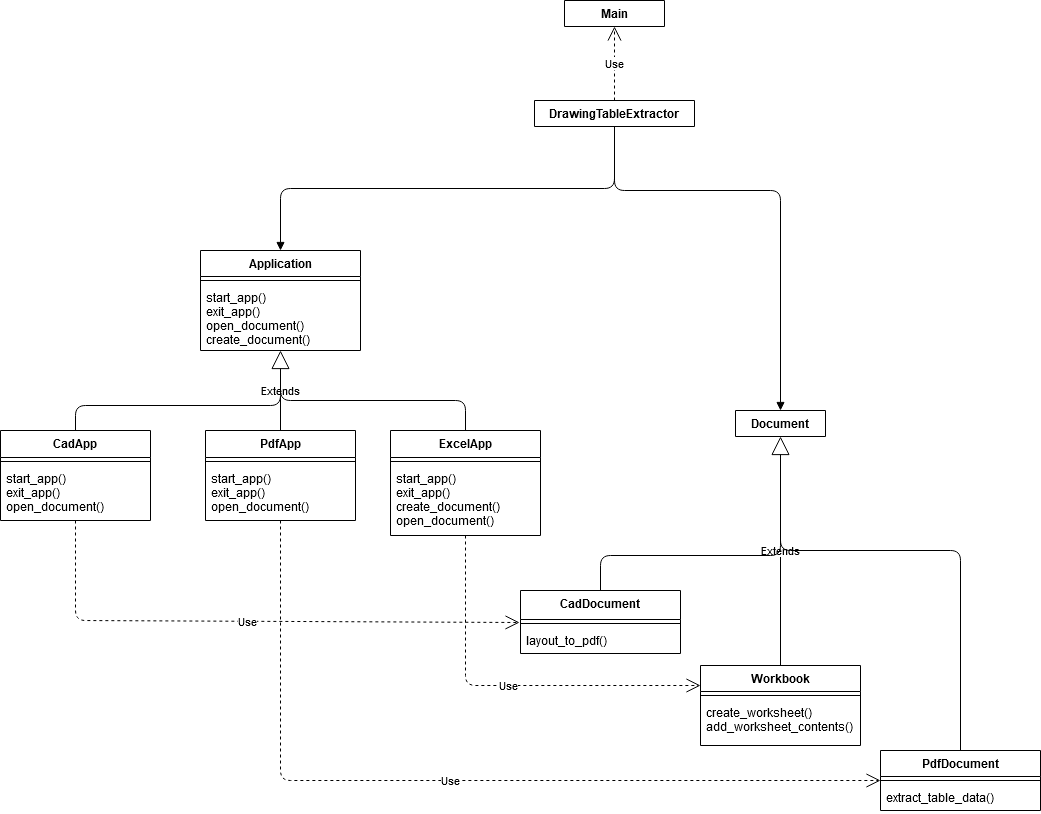
Before: python_source/DrawingTableExtractorV2/doc/class_diagram.png, a diagram exported from draw.io (JKCHacking/PTCC_SCRIPTS). Source tidied: cells renumbered, new cells last; positions are measured from the earlier drawing's top-left corner, leaving out a move shared by most shapes. The source it was exported from:
```xml
<mxGraphModel background="#ffffff">
  <root>
    <mxCell id="0" />
    <mxCell id="1" parent="0" />
    <mxCell id="2" value="Use" style="endArrow=open;endSize=12;dashed=1;html=1;exitX=0.5;exitY=0;exitDx=0;exitDy=0;entryX=0.5;entryY=1;entryDx=0;entryDy=0;" parent="1" edge="1" source="24" target="3">
      <mxGeometry relative="1" as="geometry" />
    </mxCell>
    <mxCell id="3" value="Main" style="swimlane;fontStyle=1;align=center;verticalAlign=top;horizontal=1;startSize=26;" parent="1" vertex="1" collapsed="1">
      <mxGeometry x="564" width="100" height="26" as="geometry" />
    </mxCell>
    <mxCell id="4" value="CadApp" style="swimlane;fontStyle=1;align=center;verticalAlign=top;horizontal=1;startSize=27;" parent="1" vertex="1">
      <mxGeometry y="430" width="150" height="90" as="geometry" />
    </mxCell>
    <mxCell id="5" style="line;strokeWidth=1;fillColor=none;align=left;verticalAlign=middle;spacingTop=-1;spacingLeft=3;spacingRight=3;labelPosition=right;" parent="4" vertex="1">
      <mxGeometry y="27" width="150" height="8" as="geometry" />
    </mxCell>
    <mxCell id="6" value="start_app()&#10;exit_app()&#10;open_document()" style="text;strokeColor=none;fillColor=none;align=left;verticalAlign=top;spacingLeft=4;spacingRight=4;overflow=hidden;" parent="4" vertex="1">
      <mxGeometry y="35" width="150" height="55" as="geometry" />
    </mxCell>
    <mxCell id="7" value="ExcelApp" style="swimlane;fontStyle=1;align=center;verticalAlign=top;horizontal=1;startSize=27;" parent="1" vertex="1">
      <mxGeometry x="390" y="430" width="150" height="105" as="geometry" />
    </mxCell>
    <mxCell id="8" style="line;strokeWidth=1;fillColor=none;align=left;verticalAlign=middle;spacingTop=-1;spacingLeft=3;spacingRight=3;labelPosition=right;" parent="7" vertex="1">
      <mxGeometry y="27" width="150" height="8" as="geometry" />
    </mxCell>
    <mxCell id="9" value="start_app()&#10;exit_app()&#10;create_document()&#10;open_document()&#10;" style="text;strokeColor=none;fillColor=none;align=left;verticalAlign=top;spacingLeft=4;spacingRight=4;overflow=hidden;" parent="7" vertex="1">
      <mxGeometry y="35" width="150" height="70" as="geometry" />
    </mxCell>
    <mxCell id="10" value="Application" style="swimlane;fontStyle=1;align=center;verticalAlign=top;horizontal=1;startSize=26;" parent="1" vertex="1">
      <mxGeometry x="200" y="250" width="160" height="100" as="geometry" />
    </mxCell>
    <mxCell id="11" style="line;strokeWidth=1;fillColor=none;align=left;verticalAlign=middle;spacingTop=-1;spacingLeft=3;spacingRight=3;labelPosition=right;" parent="10" vertex="1">
      <mxGeometry y="26" width="160" height="8" as="geometry" />
    </mxCell>
    <mxCell id="12" value="start_app()&#10;exit_app()&#10;open_document()&#10;create_document()&#10;" style="text;strokeColor=none;fillColor=none;align=left;verticalAlign=top;spacingLeft=4;spacingRight=4;overflow=hidden;" parent="10" vertex="1">
      <mxGeometry y="34" width="160" height="66" as="geometry" />
    </mxCell>
    <mxCell id="13" value="Extends" style="endArrow=block;endSize=16;endFill=0;html=1;exitX=0.5;exitY=0;exitDx=0;exitDy=0;entryX=0.5;entryY=1;entryDx=0;entryDy=0;" parent="1" edge="1" source="14" target="10">
      <mxGeometry relative="1" as="geometry" />
    </mxCell>
    <mxCell id="14" value="PdfApp" style="swimlane;fontStyle=1;align=center;verticalAlign=top;horizontal=1;startSize=27;" parent="1" vertex="1">
      <mxGeometry x="205" y="430" width="150" height="90" as="geometry" />
    </mxCell>
    <mxCell id="15" style="line;strokeWidth=1;fillColor=none;align=left;verticalAlign=middle;spacingTop=-1;spacingLeft=3;spacingRight=3;labelPosition=right;" parent="14" vertex="1">
      <mxGeometry y="27" width="150" height="8" as="geometry" />
    </mxCell>
    <mxCell id="16" value="start_app()&#10;exit_app()&#10;open_document()" style="text;strokeColor=none;fillColor=none;align=left;verticalAlign=top;spacingLeft=4;spacingRight=4;overflow=hidden;" parent="14" vertex="1">
      <mxGeometry y="35" width="150" height="55" as="geometry" />
    </mxCell>
    <mxCell id="17" style="endArrow=none;html=1;edgeStyle=orthogonalEdgeStyle;exitX=0.5;exitY=0;exitDx=0;exitDy=0;" parent="1" edge="1" source="4">
      <mxGeometry relative="1" as="geometry">
        <mxPoint x="280" y="380" as="targetPoint" />
      </mxGeometry>
    </mxCell>
    <mxCell id="18" style="endArrow=none;html=1;edgeStyle=orthogonalEdgeStyle;entryX=0.5;entryY=0;entryDx=0;entryDy=0;" parent="1" edge="1" target="7">
      <mxGeometry relative="1" as="geometry">
        <mxPoint x="280" y="380" as="sourcePoint" />
        <Array as="points">
          <mxPoint x="280" y="400" />
          <mxPoint x="465" y="400" />
        </Array>
      </mxGeometry>
    </mxCell>
    <mxCell id="19" value="Extends" style="endArrow=block;endSize=16;endFill=0;html=1;exitX=0.5;exitY=0;exitDx=0;exitDy=0;entryX=0.5;entryY=1;entryDx=0;entryDy=0;" parent="1" edge="1" source="32" target="31">
      <mxGeometry relative="1" as="geometry" />
    </mxCell>
    <mxCell id="20" style="endArrow=none;html=1;edgeStyle=orthogonalEdgeStyle;exitX=0.5;exitY=0;exitDx=0;exitDy=0;" parent="1" edge="1" source="28">
      <mxGeometry relative="1" as="geometry">
        <mxPoint x="780" y="520" as="targetPoint" />
      </mxGeometry>
    </mxCell>
    <mxCell id="21" style="endArrow=none;html=1;edgeStyle=orthogonalEdgeStyle;exitX=0.5;exitY=0;exitDx=0;exitDy=0;" parent="1" edge="1" source="35">
      <mxGeometry relative="1" as="geometry">
        <mxPoint x="780" y="530" as="targetPoint" />
        <Array as="points">
          <mxPoint x="960" y="550" />
          <mxPoint x="780" y="550" />
        </Array>
      </mxGeometry>
    </mxCell>
    <mxCell id="22" style="endArrow=block;endFill=1;html=1;edgeStyle=orthogonalEdgeStyle;align=left;verticalAlign=top;exitX=0.5;exitY=1;exitDx=0;exitDy=0;entryX=0.5;entryY=0;entryDx=0;entryDy=0;" parent="1" edge="1" source="24" target="10">
      <mxGeometry x="0.34" y="-75" relative="1" as="geometry" />
    </mxCell>
    <mxCell id="23" style="endArrow=block;endFill=1;html=1;edgeStyle=orthogonalEdgeStyle;align=left;verticalAlign=top;exitX=0.5;exitY=1;exitDx=0;exitDy=0;entryX=0.5;entryY=0;entryDx=0;entryDy=0;" parent="1" edge="1" source="24" target="31">
      <mxGeometry x="0.22" y="75" relative="1" as="geometry">
        <Array as="points">
          <mxPoint x="614" y="190" />
          <mxPoint x="780" y="190" />
        </Array>
      </mxGeometry>
    </mxCell>
    <mxCell id="24" value="DrawingTableExtractor" style="swimlane;fontStyle=1;align=center;verticalAlign=top;horizontal=1;startSize=26;" parent="1" vertex="1" collapsed="1">
      <mxGeometry x="534" y="100" width="160" height="26" as="geometry" />
    </mxCell>
    <mxCell id="25" value="Use" style="endArrow=open;endSize=12;dashed=1;html=1;exitX=0.5;exitY=1;exitDx=0;exitDy=0;entryX=-0.006;entryY=0.375;entryDx=0;entryDy=0;entryPerimeter=0;" parent="1" edge="1" source="4" target="29">
      <mxGeometry relative="1" as="geometry">
        <Array as="points">
          <mxPoint x="75" y="620" />
        </Array>
      </mxGeometry>
    </mxCell>
    <mxCell id="26" value="Use" style="endArrow=open;endSize=12;dashed=1;html=1;exitX=0.5;exitY=1;exitDx=0;exitDy=0;entryX=0;entryY=0.5;entryDx=0;entryDy=0;entryPerimeter=0;" parent="1" edge="1" source="14" target="36">
      <mxGeometry relative="1" as="geometry">
        <Array as="points">
          <mxPoint x="280" y="780" />
        </Array>
      </mxGeometry>
    </mxCell>
    <mxCell id="27" value="Use" style="endArrow=open;endSize=12;dashed=1;html=1;exitX=0.5;exitY=1;exitDx=0;exitDy=0;entryX=0;entryY=0.25;entryDx=0;entryDy=0;" parent="1" edge="1" source="7" target="32">
      <mxGeometry relative="1" as="geometry">
        <Array as="points">
          <mxPoint x="465" y="685" />
        </Array>
      </mxGeometry>
    </mxCell>
    <mxCell id="28" value="CadDocument" style="swimlane;fontStyle=1;align=center;verticalAlign=top;horizontal=1;startSize=29;" parent="1" vertex="1">
      <mxGeometry x="520" y="590" width="160" height="63" as="geometry" />
    </mxCell>
    <mxCell id="29" style="line;strokeWidth=1;fillColor=none;align=left;verticalAlign=middle;spacingTop=-1;spacingLeft=3;spacingRight=3;labelPosition=right;points=[];portConstraint=eastwest;" parent="28" vertex="1">
      <mxGeometry y="29" width="160" height="8" as="geometry" />
    </mxCell>
    <mxCell id="30" value="layout_to_pdf()" style="text;strokeColor=none;fillColor=none;align=left;verticalAlign=top;spacingLeft=4;spacingRight=4;overflow=hidden;" parent="28" vertex="1">
      <mxGeometry y="37" width="160" height="26" as="geometry" />
    </mxCell>
    <mxCell id="31" value="Document" style="swimlane;fontStyle=1;align=center;verticalAlign=top;horizontal=1;startSize=26;" parent="1" vertex="1" collapsed="1">
      <mxGeometry x="735" y="410" width="90" height="26" as="geometry" />
    </mxCell>
    <mxCell id="32" value="Workbook" style="swimlane;fontStyle=1;align=center;verticalAlign=top;horizontal=1;startSize=26;" parent="1" vertex="1">
      <mxGeometry x="700" y="665" width="160" height="80" as="geometry" />
    </mxCell>
    <mxCell id="33" style="line;strokeWidth=1;fillColor=none;align=left;verticalAlign=middle;spacingTop=-1;spacingLeft=3;spacingRight=3;labelPosition=right;" parent="32" vertex="1">
      <mxGeometry y="26" width="160" height="8" as="geometry" />
    </mxCell>
    <mxCell id="34" value="create_worksheet()&#10;add_worksheet_contents()&#10;" style="text;strokeColor=none;fillColor=none;align=left;verticalAlign=top;spacingLeft=4;spacingRight=4;overflow=hidden;" parent="32" vertex="1">
      <mxGeometry y="34" width="160" height="46" as="geometry" />
    </mxCell>
    <mxCell id="35" value="PdfDocument" style="swimlane;fontStyle=1;align=center;verticalAlign=top;horizontal=1;startSize=26;" parent="1" vertex="1">
      <mxGeometry x="880" y="750" width="160" height="60" as="geometry" />
    </mxCell>
    <mxCell id="36" style="line;strokeWidth=1;fillColor=none;align=left;verticalAlign=middle;spacingTop=-1;spacingLeft=3;spacingRight=3;labelPosition=right;points=[];portConstraint=eastwest;" parent="35" vertex="1">
      <mxGeometry y="26" width="160" height="8" as="geometry" />
    </mxCell>
    <mxCell id="37" value="extract_table_data()" style="text;strokeColor=none;fillColor=none;align=left;verticalAlign=top;spacingLeft=4;spacingRight=4;overflow=hidden;" parent="35" vertex="1">
      <mxGeometry y="34" width="160" height="26" as="geometry" />
    </mxCell>
  </root>
</mxGraphModel>
```
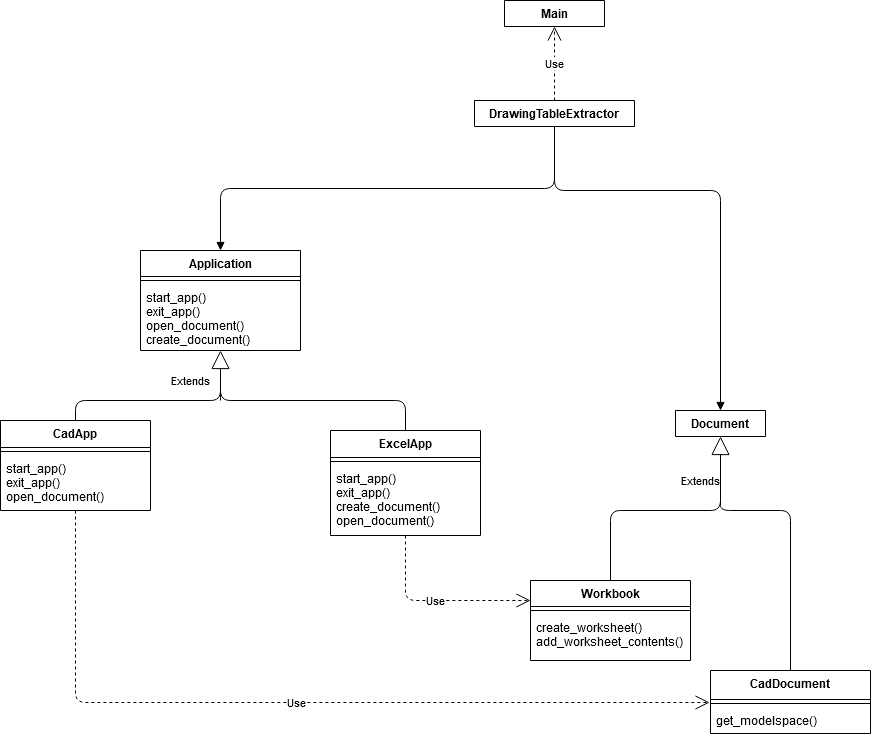
The same diagram one commit later.

What changed in the source:
```diff
@@ -8,15 +8,6 @@
     <mxCell id="3" value="Main" style="swimlane;fontStyle=1;align=center;verticalAlign=top;horizontal=1;startSize=26;" parent="1" vertex="1" collapsed="1">
       <mxGeometry x="564" width="100" height="26" as="geometry" />
     </mxCell>
-    <mxCell id="4" value="CadApp" style="swimlane;fontStyle=1;align=center;verticalAlign=top;horizontal=1;startSize=27;" parent="1" vertex="1">
-      <mxGeometry y="430" width="150" height="90" as="geometry" />
-    </mxCell>
-    <mxCell id="5" style="line;strokeWidth=1;fillColor=none;align=left;verticalAlign=middle;spacingTop=-1;spacingLeft=3;spacingRight=3;labelPosition=right;" parent="4" vertex="1">
-      <mxGeometry y="27" width="150" height="8" as="geometry" />
-    </mxCell>
-    <mxCell id="6" value="start_app()&#10;exit_app()&#10;open_document()" style="text;strokeColor=none;fillColor=none;align=left;verticalAlign=top;spacingLeft=4;spacingRight=4;overflow=hidden;" parent="4" vertex="1">
-      <mxGeometry y="35" width="150" height="55" as="geometry" />
-    </mxCell>
     <mxCell id="7" value="ExcelApp" style="swimlane;fontStyle=1;align=center;verticalAlign=top;horizontal=1;startSize=27;" parent="1" vertex="1">
       <mxGeometry x="390" y="430" width="150" height="105" as="geometry" />
     </mxCell>
@@ -35,18 +26,11 @@
     <mxCell id="12" value="start_app()&#10;exit_app()&#10;open_document()&#10;create_document()&#10;" style="text;strokeColor=none;fillColor=none;align=left;verticalAlign=top;spacingLeft=4;spacingRight=4;overflow=hidden;" parent="10" vertex="1">
       <mxGeometry y="34" width="160" height="66" as="geometry" />
     </mxCell>
-    <mxCell id="13" value="Extends" style="endArrow=block;endSize=16;endFill=0;html=1;exitX=0.5;exitY=0;exitDx=0;exitDy=0;entryX=0.5;entryY=1;entryDx=0;entryDy=0;" parent="1" edge="1" source="14" target="10">
-      <mxGeometry relative="1" as="geometry" />
+    <mxCell id="13" value="Extends" style="endArrow=block;endSize=16;endFill=0;html=1;entryX=0.5;entryY=1;entryDx=0;entryDy=0;" parent="1" edge="1" target="10">
+      <mxGeometry x="-0.2" y="30" relative="1" as="geometry">
+        <mxPoint x="280" y="400" as="sourcePoint" />
+      </mxGeometry>
     </mxCell>
-    <mxCell id="14" value="PdfApp" style="swimlane;fontStyle=1;align=center;verticalAlign=top;horizontal=1;startSize=27;" parent="1" vertex="1">
-      <mxGeometry x="205" y="430" width="150" height="90" as="geometry" />
-    </mxCell>
-    <mxCell id="15" style="line;strokeWidth=1;fillColor=none;align=left;verticalAlign=middle;spacingTop=-1;spacingLeft=3;spacingRight=3;labelPosition=right;" parent="14" vertex="1">
-      <mxGeometry y="27" width="150" height="8" as="geometry" />
-    </mxCell>
-    <mxCell id="16" value="start_app()&#10;exit_app()&#10;open_document()" style="text;strokeColor=none;fillColor=none;align=left;verticalAlign=top;spacingLeft=4;spacingRight=4;overflow=hidden;" parent="14" vertex="1">
-      <mxGeometry y="35" width="150" height="55" as="geometry" />
-    </mxCell>
     <mxCell id="17" style="endArrow=none;html=1;edgeStyle=orthogonalEdgeStyle;exitX=0.5;exitY=0;exitDx=0;exitDy=0;" parent="1" edge="1" source="4">
       <mxGeometry relative="1" as="geometry">
         <mxPoint x="280" y="380" as="targetPoint" />
@@ -62,22 +46,22 @@
       </mxGeometry>
     </mxCell>
     <mxCell id="19" value="Extends" style="endArrow=block;endSize=16;endFill=0;html=1;exitX=0.5;exitY=0;exitDx=0;exitDy=0;entryX=0.5;entryY=1;entryDx=0;entryDy=0;" parent="1" edge="1" source="32" target="31">
-      <mxGeometry relative="1" as="geometry" />
+      <mxGeometry x="0.65" y="20" relative="1" as="geometry">
+        <Array as="points">
+          <mxPoint x="670" y="510" />
+          <mxPoint x="780" y="510" />
+        </Array>
+      </mxGeometry>
     </mxCell>
     <mxCell id="20" style="endArrow=none;html=1;edgeStyle=orthogonalEdgeStyle;exitX=0.5;exitY=0;exitDx=0;exitDy=0;" parent="1" edge="1" source="28">
       <mxGeometry relative="1" as="geometry">
-        <mxPoint x="780" y="520" as="targetPoint" />
+        <mxPoint x="780" y="500" as="targetPoint" />
+        <Array as="points">
+          <mxPoint x="850" y="510" />
+          <mxPoint x="780" y="510" />
+        </Array>
       </mxGeometry>
     </mxCell>
-    <mxCell id="21" style="endArrow=none;html=1;edgeStyle=orthogonalEdgeStyle;exitX=0.5;exitY=0;exitDx=0;exitDy=0;" parent="1" edge="1" source="35">
-      <mxGeometry relative="1" as="geometry">
-        <mxPoint x="780" y="530" as="targetPoint" />
-        <Array as="points">
-          <mxPoint x="960" y="550" />
-          <mxPoint x="780" y="550" />
-        </Array>
-      </mxGeometry>
-    </mxCell>
     <mxCell id="22" style="endArrow=block;endFill=1;html=1;edgeStyle=orthogonalEdgeStyle;align=left;verticalAlign=top;exitX=0.5;exitY=1;exitDx=0;exitDy=0;entryX=0.5;entryY=0;entryDx=0;entryDy=0;" parent="1" edge="1" source="24" target="10">
       <mxGeometry x="0.34" y="-75" relative="1" as="geometry" />
     </mxCell>
@@ -95,38 +79,22 @@
     <mxCell id="25" value="Use" style="endArrow=open;endSize=12;dashed=1;html=1;exitX=0.5;exitY=1;exitDx=0;exitDy=0;entryX=-0.006;entryY=0.375;entryDx=0;entryDy=0;entryPerimeter=0;" parent="1" edge="1" source="4" target="29">
       <mxGeometry relative="1" as="geometry">
         <Array as="points">
-          <mxPoint x="75" y="620" />
+          <mxPoint x="135" y="702" />
         </Array>
       </mxGeometry>
     </mxCell>
-    <mxCell id="26" value="Use" style="endArrow=open;endSize=12;dashed=1;html=1;exitX=0.5;exitY=1;exitDx=0;exitDy=0;entryX=0;entryY=0.5;entryDx=0;entryDy=0;entryPerimeter=0;" parent="1" edge="1" source="14" target="36">
-      <mxGeometry relative="1" as="geometry">
-        <Array as="points">
-          <mxPoint x="280" y="780" />
-        </Array>
-      </mxGeometry>
-    </mxCell>
     <mxCell id="27" value="Use" style="endArrow=open;endSize=12;dashed=1;html=1;exitX=0.5;exitY=1;exitDx=0;exitDy=0;entryX=0;entryY=0.25;entryDx=0;entryDy=0;" parent="1" edge="1" source="7" target="32">
       <mxGeometry relative="1" as="geometry">
         <Array as="points">
-          <mxPoint x="465" y="685" />
+          <mxPoint x="465" y="600" />
         </Array>
       </mxGeometry>
     </mxCell>
-    <mxCell id="28" value="CadDocument" style="swimlane;fontStyle=1;align=center;verticalAlign=top;horizontal=1;startSize=29;" parent="1" vertex="1">
-      <mxGeometry x="520" y="590" width="160" height="63" as="geometry" />
-    </mxCell>
-    <mxCell id="29" style="line;strokeWidth=1;fillColor=none;align=left;verticalAlign=middle;spacingTop=-1;spacingLeft=3;spacingRight=3;labelPosition=right;points=[];portConstraint=eastwest;" parent="28" vertex="1">
-      <mxGeometry y="29" width="160" height="8" as="geometry" />
-    </mxCell>
-    <mxCell id="30" value="layout_to_pdf()" style="text;strokeColor=none;fillColor=none;align=left;verticalAlign=top;spacingLeft=4;spacingRight=4;overflow=hidden;" parent="28" vertex="1">
-      <mxGeometry y="37" width="160" height="26" as="geometry" />
-    </mxCell>
     <mxCell id="31" value="Document" style="swimlane;fontStyle=1;align=center;verticalAlign=top;horizontal=1;startSize=26;" parent="1" vertex="1" collapsed="1">
       <mxGeometry x="735" y="410" width="90" height="26" as="geometry" />
     </mxCell>
     <mxCell id="32" value="Workbook" style="swimlane;fontStyle=1;align=center;verticalAlign=top;horizontal=1;startSize=26;" parent="1" vertex="1">
-      <mxGeometry x="700" y="665" width="160" height="80" as="geometry" />
+      <mxGeometry x="590" y="580" width="160" height="80" as="geometry" />
     </mxCell>
     <mxCell id="33" style="line;strokeWidth=1;fillColor=none;align=left;verticalAlign=middle;spacingTop=-1;spacingLeft=3;spacingRight=3;labelPosition=right;" parent="32" vertex="1">
       <mxGeometry y="26" width="160" height="8" as="geometry" />
@@ -134,14 +102,23 @@
     <mxCell id="34" value="create_worksheet()&#10;add_worksheet_contents()&#10;" style="text;strokeColor=none;fillColor=none;align=left;verticalAlign=top;spacingLeft=4;spacingRight=4;overflow=hidden;" parent="32" vertex="1">
       <mxGeometry y="34" width="160" height="46" as="geometry" />
     </mxCell>
-    <mxCell id="35" value="PdfDocument" style="swimlane;fontStyle=1;align=center;verticalAlign=top;horizontal=1;startSize=26;" parent="1" vertex="1">
-      <mxGeometry x="880" y="750" width="160" height="60" as="geometry" />
-    </mxCell>
-    <mxCell id="36" style="line;strokeWidth=1;fillColor=none;align=left;verticalAlign=middle;spacingTop=-1;spacingLeft=3;spacingRight=3;labelPosition=right;points=[];portConstraint=eastwest;" parent="35" vertex="1">
-      <mxGeometry y="26" width="160" height="8" as="geometry" />
-    </mxCell>
-    <mxCell id="37" value="extract_table_data()" style="text;strokeColor=none;fillColor=none;align=left;verticalAlign=top;spacingLeft=4;spacingRight=4;overflow=hidden;" parent="35" vertex="1">
-      <mxGeometry y="34" width="160" height="26" as="geometry" />
-    </mxCell>
+    <mxCell id="28" value="CadDocument" style="swimlane;fontStyle=1;align=center;verticalAlign=top;horizontal=1;startSize=29;" parent="1" vertex="1">
+      <mxGeometry x="770" y="670" width="160" height="63" as="geometry" />
+    </mxCell>
+    <mxCell id="29" style="line;strokeWidth=1;fillColor=none;align=left;verticalAlign=middle;spacingTop=-1;spacingLeft=3;spacingRight=3;labelPosition=right;points=[];portConstraint=eastwest;" parent="28" vertex="1">
+      <mxGeometry y="29" width="160" height="8" as="geometry" />
+    </mxCell>
+    <mxCell id="30" value="get_modelspace()" style="text;strokeColor=none;fillColor=none;align=left;verticalAlign=top;spacingLeft=4;spacingRight=4;overflow=hidden;" parent="28" vertex="1">
+      <mxGeometry y="37" width="160" height="26" as="geometry" />
+    </mxCell>
+    <mxCell id="4" value="CadApp" style="swimlane;fontStyle=1;align=center;verticalAlign=top;horizontal=1;startSize=27;" parent="1" vertex="1">
+      <mxGeometry x="60" y="420" width="150" height="90" as="geometry" />
+    </mxCell>
+    <mxCell id="5" style="line;strokeWidth=1;fillColor=none;align=left;verticalAlign=middle;spacingTop=-1;spacingLeft=3;spacingRight=3;labelPosition=right;" parent="4" vertex="1">
+      <mxGeometry y="27" width="150" height="8" as="geometry" />
+    </mxCell>
+    <mxCell id="6" value="start_app()&#10;exit_app()&#10;open_document()" style="text;strokeColor=none;fillColor=none;align=left;verticalAlign=top;spacingLeft=4;spacingRight=4;overflow=hidden;" parent="4" vertex="1">
+      <mxGeometry y="35" width="150" height="55" as="geometry" />
+    </mxCell>
   </root>
 </mxGraphModel>
```
